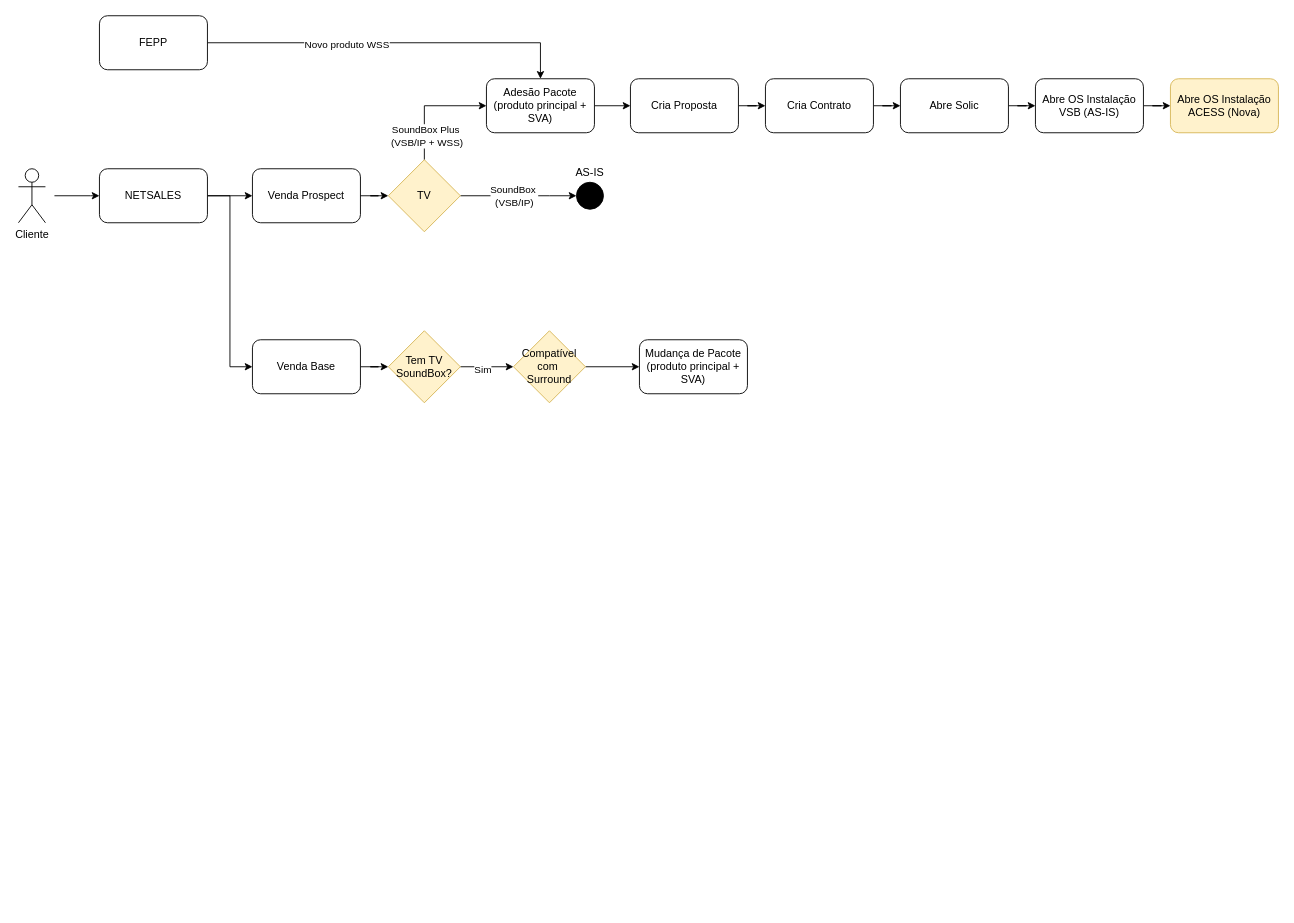
This is page "v3" (3 of 3) of 123096 Cadastro Alto-falante Surround nos sistemas.drawio from samirali/ClaroBrasil, a draw.io file, before an edit. Source tidied: cells renumbered, new cells numbered last; positions are measured from the earlier drawing's top-left corner, leaving out a move shared by most shapes. Both pictures are drawn from the tidied source at 90%, with x=0, y=0 at pixel (18, 15).
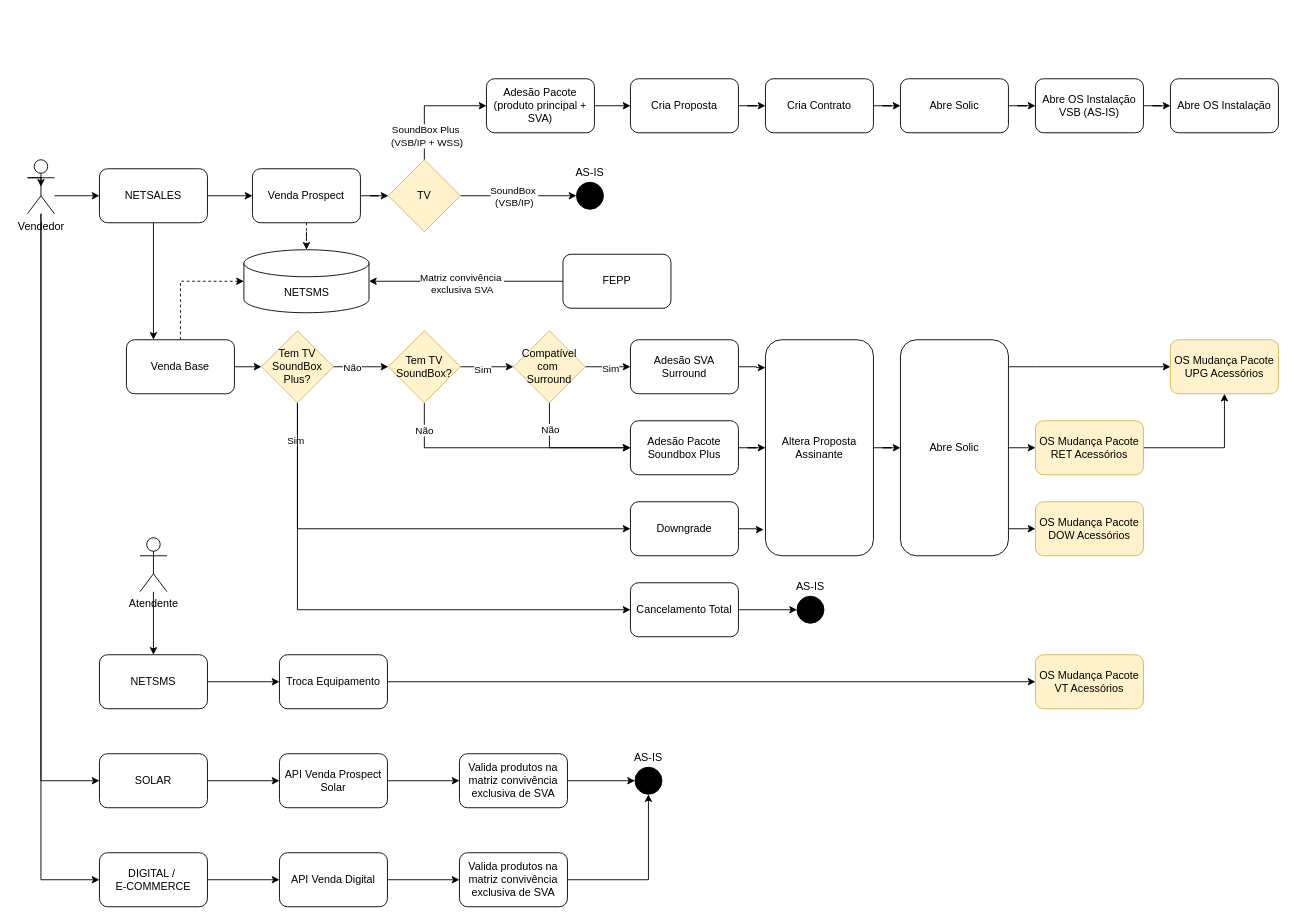
The same diagram, later.

The change refers to these unchanged cells:
```xml
<mxCell id="6" value="NETSALES" style="rounded=1;whiteSpace=wrap;html=1;" parent="1" vertex="1">
  <mxGeometry x="90" y="170" width="120" height="60" as="geometry" />
</mxCell>
<mxCell id="7" value="Venda Prospect" style="rounded=1;whiteSpace=wrap;html=1;" parent="1" vertex="1">
  <mxGeometry x="260" y="170" width="120" height="60" as="geometry" />
</mxCell>
<mxCell id="16" value="Adesão Pacote (produto principal + SVA)" style="rounded=1;whiteSpace=wrap;html=1;" parent="1" vertex="1">
  <mxGeometry x="520" y="70" width="120" height="60" as="geometry" />
</mxCell>
<mxCell id="34" value="Tem TV SoundBox?" style="rhombus;whiteSpace=wrap;html=1;fillColor=#fff2cc;strokeColor=#d6b656;" parent="1" vertex="1">
  <mxGeometry x="411" y="350" width="80" height="80" as="geometry" />
</mxCell>
<mxCell id="35" style="edgeStyle=orthogonalEdgeStyle;rounded=0;jettySize=auto;html=1;entryX=0;entryY=0.5;entryDx=0;entryDy=0;" parent="1" edge="1" source="36" target="37">
  <mxGeometry relative="1" as="geometry" />
</mxCell>
<mxCell id="36" value="Compatível com&amp;nbsp;&lt;div&gt;Surround&lt;/div&gt;" style="rhombus;whiteSpace=wrap;html=1;fillColor=#fff2cc;strokeColor=#d6b656;" parent="1" vertex="1">
  <mxGeometry x="550" y="350" width="80" height="80" as="geometry" />
</mxCell>
```

Diff of the diagram source:
```diff
@@
+    <mxCell id="38" style="edgeStyle=orthogonalEdgeStyle;rounded=0;jettySize=auto;html=1;entryX=0;entryY=0.5;entryDx=0;entryDy=0;" parent="1" edge="1" source="3" target="93">
+      <mxGeometry relative="1" as="geometry">
+        <Array as="points">
+          <mxPoint x="25" y="850" />
+        </Array>
+      </mxGeometry>
+    </mxCell>
+    <mxCell id="39" style="edgeStyle=orthogonalEdgeStyle;rounded=0;jettySize=auto;html=1;entryX=0;entryY=0.5;entryDx=0;entryDy=0;" parent="1" edge="1" source="3" target="95">
+      <mxGeometry relative="1" as="geometry">
+        <Array as="points">
+          <mxPoint x="25" y="960" />
+        </Array>
+      </mxGeometry>
+    </mxCell>
-    <mxCell id="3" value="Cliente" style="shape=umlActor;verticalLabelPosition=bottom;verticalAlign=top;html=1;outlineConnect=0;" parent="1" vertex="1">
-      <mxGeometry y="170" width="30" height="60" as="geometry" />
+    <mxCell id="3" value="Vendedor" style="shape=umlActor;verticalLabelPosition=bottom;verticalAlign=top;html=1;outlineConnect=0;" parent="1" vertex="1">
+      <mxGeometry x="10" y="160" width="30" height="60" as="geometry" />
     </mxCell>
@@
-    <mxCell id="5" style="edgeStyle=orthogonalEdgeStyle;rounded=0;jettySize=auto;html=1;entryX=0;entryY=0.5;entryDx=0;entryDy=0;" parent="1" edge="1" source="6" target="31">
+    <mxCell id="5" style="edgeStyle=orthogonalEdgeStyle;rounded=0;jettySize=auto;html=1;entryX=0.25;entryY=0;entryDx=0;entryDy=0;" parent="1" edge="1" source="6" target="31">
       <mxGeometry relative="1" as="geometry" />
     </mxCell>
@@
+    <mxCell id="40" style="edgeStyle=orthogonalEdgeStyle;rounded=0;jettySize=auto;html=1;dashed=1;" parent="1" edge="1" source="7" target="78">
+      <mxGeometry relative="1" as="geometry" />
+    </mxCell>
@@
-    <mxCell id="26" value="Abre OS Instalação ACESS (Nova)" style="rounded=1;whiteSpace=wrap;html=1;fillColor=#fff2cc;strokeColor=#d6b656;" parent="1" vertex="1">
+    <mxCell id="26" value="Abre OS Instalação" style="rounded=1;whiteSpace=wrap;html=1;" parent="1" vertex="1">
       <mxGeometry x="1280" y="70" width="120" height="60" as="geometry" />
     </mxCell>
-    <mxCell id="27" style="edgeStyle=orthogonalEdgeStyle;rounded=0;jettySize=auto;html=1;" parent="1" edge="1" source="29" target="16">
-      <mxGeometry relative="1" as="geometry" />
-    </mxCell>
-    <mxCell id="28" value="Novo produto WSS" style="edgeLabel;html=1;align=center;verticalAlign=middle;" parent="27" vertex="1">
-      <mxGeometry x="-0.25" y="-1" relative="1" as="geometry" />
-    </mxCell>
     <mxCell id="29" value="FEPP" style="rounded=1;whiteSpace=wrap;html=1;" parent="1" vertex="1">
-      <mxGeometry x="90" width="120" height="60" as="geometry" />
+      <mxGeometry x="605" y="265" width="120" height="60" as="geometry" />
     </mxCell>
-    <mxCell id="30" style="edgeStyle=orthogonalEdgeStyle;rounded=0;jettySize=auto;html=1;entryX=0;entryY=0.5;entryDx=0;entryDy=0;" parent="1" edge="1" source="31" target="34">
-      <mxGeometry relative="1" as="geometry" />
+    <mxCell id="30" style="edgeStyle=orthogonalEdgeStyle;rounded=0;jettySize=auto;html=1;entryX=0;entryY=0.5;entryDx=0;entryDy=0;" parent="1" edge="1" source="31" target="61">
+      <mxGeometry relative="1" as="geometry">
+        <Array as="points">
+          <mxPoint x="260" y="390" />
+        </Array>
+      </mxGeometry>
     </mxCell>
     <mxCell id="31" value="Venda Base" style="rounded=1;whiteSpace=wrap;html=1;" parent="1" vertex="1">
-      <mxGeometry x="260" y="360" width="120" height="60" as="geometry" />
+      <mxGeometry x="120" y="360" width="120" height="60" as="geometry" />
     </mxCell>
@@
+    <mxCell id="41" style="edgeStyle=orthogonalEdgeStyle;rounded=0;jettySize=auto;html=1;entryX=0;entryY=0.5;entryDx=0;entryDy=0;" parent="1" edge="1" source="34" target="55">
+      <mxGeometry relative="1" as="geometry">
+        <Array as="points">
+          <mxPoint x="451" y="480" />
+        </Array>
+      </mxGeometry>
+    </mxCell>
+    <mxCell id="42" value="Não" style="edgeLabel;html=1;align=center;verticalAlign=middle;" parent="41" vertex="1">
+      <mxGeometry x="-0.24" y="-1" relative="1" as="geometry">
+        <mxPoint x="-57" y="-21" as="offset" />
+      </mxGeometry>
+    </mxCell>
@@
+    <mxCell id="43" value="Sim" style="edgeLabel;html=1;align=center;verticalAlign=middle;" parent="35" vertex="1">
+      <mxGeometry x="0.07" y="-1" relative="1" as="geometry" />
+    </mxCell>
+    <mxCell id="44" style="edgeStyle=orthogonalEdgeStyle;rounded=0;jettySize=auto;html=1;entryX=0;entryY=0.5;entryDx=0;entryDy=0;" parent="1" edge="1" source="36" target="55">
+      <mxGeometry relative="1" as="geometry">
+        <Array as="points">
+          <mxPoint x="590" y="480" />
+        </Array>
+      </mxGeometry>
+    </mxCell>
+    <mxCell id="45" value="Não" style="edgeLabel;html=1;align=center;verticalAlign=middle;" parent="44" vertex="1">
+      <mxGeometry x="-0.59" relative="1" as="geometry" />
+    </mxCell>
@@
+    <mxCell id="46" style="edgeStyle=orthogonalEdgeStyle;rounded=0;jettySize=auto;html=1;entryX=0;entryY=0.129;entryDx=0;entryDy=0;entryPerimeter=0;" parent="1" edge="1" source="37" target="48">
+      <mxGeometry relative="1" as="geometry" />
+    </mxCell>
-    <mxCell id="37" value="Mudança de Pacote (produto principal + SVA)" style="rounded=1;whiteSpace=wrap;html=1;" parent="1" vertex="1">
-      <mxGeometry x="690" y="360" width="120" height="60" as="geometry" />
+    <mxCell id="37" value="Adesão SVA Surround" style="rounded=1;whiteSpace=wrap;html=1;" parent="1" vertex="1">
+      <mxGeometry x="680" y="360" width="120" height="60" as="geometry" />
     </mxCell>
+    <mxCell id="47" style="edgeStyle=orthogonalEdgeStyle;rounded=0;jettySize=auto;html=1;" parent="1" edge="1" source="48" target="52">
+      <mxGeometry relative="1" as="geometry" />
+    </mxCell>
+    <mxCell id="48" value="Altera Proposta Assinante" style="whiteSpace=wrap;html=1;rounded=1;" parent="1" vertex="1">
+      <mxGeometry x="830" y="360" width="120" height="240" as="geometry" />
+    </mxCell>
+    <mxCell id="49" style="edgeStyle=orthogonalEdgeStyle;rounded=0;jettySize=auto;html=1;" parent="1" edge="1" source="52" target="53">
+      <mxGeometry relative="1" as="geometry">
+        <Array as="points">
+          <mxPoint x="1130" y="390" />
+          <mxPoint x="1130" y="390" />
+        </Array>
+      </mxGeometry>
+    </mxCell>
+    <mxCell id="50" style="edgeStyle=orthogonalEdgeStyle;rounded=0;jettySize=auto;html=1;entryX=0;entryY=0.5;entryDx=0;entryDy=0;exitX=1;exitY=0.5;exitDx=0;exitDy=0;" parent="1" edge="1" source="52" target="57">
+      <mxGeometry relative="1" as="geometry">
+        <Array as="points">
+          <mxPoint x="1120" y="480" />
+          <mxPoint x="1120" y="480" />
+        </Array>
+      </mxGeometry>
+    </mxCell>
+    <mxCell id="51" style="edgeStyle=orthogonalEdgeStyle;rounded=0;jettySize=auto;html=1;entryX=0;entryY=0.5;entryDx=0;entryDy=0;" parent="1" edge="1" source="52" target="66">
+      <mxGeometry relative="1" as="geometry">
+        <Array as="points">
+          <mxPoint x="1040" y="570" />
+        </Array>
+      </mxGeometry>
+    </mxCell>
+    <mxCell id="52" value="Abre Solic" style="whiteSpace=wrap;html=1;rounded=1;" parent="1" vertex="1">
+      <mxGeometry x="980" y="360" width="120" height="240" as="geometry" />
+    </mxCell>
+    <mxCell id="53" value="OS Mudança Pacote UPG Acessórios" style="whiteSpace=wrap;html=1;rounded=1;fillColor=#fff2cc;strokeColor=#d6b656;" parent="1" vertex="1">
+      <mxGeometry x="1280" y="360" width="120" height="60" as="geometry" />
+    </mxCell>
+    <mxCell id="54" style="edgeStyle=orthogonalEdgeStyle;rounded=0;jettySize=auto;html=1;" parent="1" edge="1" source="55" target="48">
+      <mxGeometry relative="1" as="geometry" />
+    </mxCell>
+    <mxCell id="55" value="Adesão Pacote Soundbox Plus" style="rounded=1;whiteSpace=wrap;html=1;" parent="1" vertex="1">
+      <mxGeometry x="680" y="450" width="120" height="60" as="geometry" />
+    </mxCell>
+    <mxCell id="56" style="edgeStyle=orthogonalEdgeStyle;rounded=0;jettySize=auto;html=1;entryX=0.5;entryY=1;entryDx=0;entryDy=0;" parent="1" edge="1" source="57" target="53">
+      <mxGeometry relative="1" as="geometry" />
+    </mxCell>
+    <mxCell id="57" value="OS Mudança Pacote RET Acessórios" style="whiteSpace=wrap;html=1;rounded=1;fillColor=#fff2cc;strokeColor=#d6b656;" parent="1" vertex="1">
+      <mxGeometry x="1130" y="450" width="120" height="60" as="geometry" />
+    </mxCell>
+    <mxCell id="58" style="edgeStyle=orthogonalEdgeStyle;rounded=0;jettySize=auto;html=1;entryX=0;entryY=0.5;entryDx=0;entryDy=0;" parent="1" edge="1" source="61" target="65">
+      <mxGeometry relative="1" as="geometry">
+        <Array as="points">
+          <mxPoint x="310" y="570" />
+        </Array>
+      </mxGeometry>
+    </mxCell>
+    <mxCell id="59" value="Sim" style="edgeLabel;html=1;align=center;verticalAlign=middle;" parent="58" vertex="1">
+      <mxGeometry x="-0.84" y="-3" relative="1" as="geometry" />
+    </mxCell>
+    <mxCell id="60" style="edgeStyle=orthogonalEdgeStyle;rounded=0;jettySize=auto;html=1;entryX=0;entryY=0.5;entryDx=0;entryDy=0;" parent="1" edge="1" source="61" target="68">
+      <mxGeometry relative="1" as="geometry">
+        <Array as="points">
+          <mxPoint x="310" y="660" />
+        </Array>
+      </mxGeometry>
+    </mxCell>
+    <mxCell id="61" value="Tem TV SoundBox Plus?" style="rhombus;whiteSpace=wrap;html=1;fillColor=#fff2cc;strokeColor=#d6b656;" parent="1" vertex="1">
+      <mxGeometry x="270" y="350" width="80" height="80" as="geometry" />
+    </mxCell>
+    <mxCell id="62" style="edgeStyle=orthogonalEdgeStyle;rounded=0;jettySize=auto;html=1;entryX=0;entryY=0.5;entryDx=0;entryDy=0;" parent="1" edge="1" source="61" target="34">
+      <mxGeometry relative="1" as="geometry" />
+    </mxCell>
+    <mxCell id="63" value="Não" style="edgeLabel;html=1;align=center;verticalAlign=middle;" parent="62" vertex="1">
+      <mxGeometry x="-0.34" relative="1" as="geometry" />
+    </mxCell>
+    <mxCell id="64" style="edgeStyle=orthogonalEdgeStyle;rounded=0;jettySize=auto;html=1;entryX=-0.017;entryY=0.879;entryDx=0;entryDy=0;entryPerimeter=0;" parent="1" edge="1" source="65" target="48">
+      <mxGeometry relative="1" as="geometry" />
+    </mxCell>
+    <mxCell id="65" value="Downgrade" style="rounded=1;whiteSpace=wrap;html=1;" parent="1" vertex="1">
+      <mxGeometry x="680" y="540" width="120" height="60" as="geometry" />
+    </mxCell>
+    <mxCell id="66" value="OS Mudança Pacote DOW Acessórios" style="whiteSpace=wrap;html=1;rounded=1;fillColor=#fff2cc;strokeColor=#d6b656;" parent="1" vertex="1">
+      <mxGeometry x="1130" y="540" width="120" height="60" as="geometry" />
+    </mxCell>
+    <mxCell id="67" style="edgeStyle=orthogonalEdgeStyle;rounded=0;jettySize=auto;html=1;entryX=0;entryY=0.5;entryDx=0;entryDy=0;" parent="1" edge="1" source="68" target="69">
+      <mxGeometry relative="1" as="geometry" />
+    </mxCell>
+    <mxCell id="68" value="Cancelamento Total" style="rounded=1;whiteSpace=wrap;html=1;" parent="1" vertex="1">
+      <mxGeometry x="680" y="630" width="120" height="60" as="geometry" />
+    </mxCell>
+    <mxCell id="69" style="ellipse;whiteSpace=wrap;html=1;rounded=1;fillColor=#000000;" parent="1" vertex="1">
+      <mxGeometry x="865" y="645" width="30" height="30" as="geometry" />
+    </mxCell>
+    <mxCell id="70" value="AS-IS" style="text;html=1;align=center;verticalAlign=middle;whiteSpace=wrap;rounded=0;" parent="1" vertex="1">
+      <mxGeometry x="850" y="620" width="60" height="30" as="geometry" />
+    </mxCell>
+    <mxCell id="71" style="edgeStyle=orthogonalEdgeStyle;rounded=0;jettySize=auto;html=1;" parent="1" edge="1" source="72" target="76">
+      <mxGeometry relative="1" as="geometry" />
+    </mxCell>
+    <mxCell id="72" value="NETSMS" style="rounded=1;whiteSpace=wrap;html=1;" parent="1" vertex="1">
+      <mxGeometry x="90" y="710" width="120" height="60" as="geometry" />
+    </mxCell>
+    <mxCell id="73" style="edgeStyle=orthogonalEdgeStyle;rounded=0;jettySize=auto;html=1;entryX=0.5;entryY=0;entryDx=0;entryDy=0;" parent="1" edge="1" source="74" target="72">
+      <mxGeometry relative="1" as="geometry" />
+    </mxCell>
+    <mxCell id="74" value="Atendente" style="shape=umlActor;verticalLabelPosition=bottom;verticalAlign=top;html=1;outlineConnect=0;" parent="1" vertex="1">
+      <mxGeometry x="135" y="580" width="30" height="60" as="geometry" />
+    </mxCell>
+    <mxCell id="75" style="edgeStyle=orthogonalEdgeStyle;rounded=0;jettySize=auto;html=1;entryX=0;entryY=0.5;entryDx=0;entryDy=0;" parent="1" edge="1" source="76" target="77">
+      <mxGeometry relative="1" as="geometry" />
+    </mxCell>
+    <mxCell id="76" value="Troca Equipamento" style="whiteSpace=wrap;html=1;rounded=1;" parent="1" vertex="1">
+      <mxGeometry x="290" y="710" width="120" height="60" as="geometry" />
+    </mxCell>
+    <mxCell id="77" value="OS Mudança Pacote VT Acessórios" style="whiteSpace=wrap;html=1;rounded=1;fillColor=#fff2cc;strokeColor=#d6b656;" parent="1" vertex="1">
+      <mxGeometry x="1130" y="710" width="120" height="60" as="geometry" />
+    </mxCell>
+    <mxCell id="78" value="NETSMS" style="shape=cylinder3;whiteSpace=wrap;html=1;boundedLbl=1;backgroundOutline=1;size=15;" parent="1" vertex="1">
+      <mxGeometry x="250.5" y="260" width="139" height="70" as="geometry" />
+    </mxCell>
+    <mxCell id="79" style="edgeStyle=orthogonalEdgeStyle;rounded=0;jettySize=auto;html=1;entryX=0;entryY=0.5;entryDx=0;entryDy=0;entryPerimeter=0;exitX=0.5;exitY=0;exitDx=0;exitDy=0;dashed=1;" parent="1" edge="1" source="31" target="78">
+      <mxGeometry relative="1" as="geometry">
+        <Array as="points">
+          <mxPoint x="180" y="295" />
+        </Array>
+      </mxGeometry>
+    </mxCell>
+    <mxCell id="80" style="edgeStyle=orthogonalEdgeStyle;rounded=0;jettySize=auto;html=1;entryX=1;entryY=0.5;entryDx=0;entryDy=0;entryPerimeter=0;" parent="1" edge="1" source="29" target="78">
+      <mxGeometry relative="1" as="geometry" />
+    </mxCell>
+    <mxCell id="81" value="Matriz convivência&amp;nbsp;&lt;div&gt;exclusiva SVA&lt;/div&gt;" style="edgeLabel;html=1;align=center;verticalAlign=middle;" parent="80" vertex="1">
+      <mxGeometry x="0.05" y="2" relative="1" as="geometry" />
+    </mxCell>
+    <mxCell id="82" style="edgeStyle=orthogonalEdgeStyle;rounded=0;jettySize=auto;html=1;" parent="1" edge="1" source="83" target="85">
+      <mxGeometry relative="1" as="geometry" />
+    </mxCell>
+    <mxCell id="83" value="API Venda Prospect Solar" style="rounded=1;whiteSpace=wrap;html=1;" parent="1" vertex="1">
+      <mxGeometry x="290" y="820" width="120" height="60" as="geometry" />
+    </mxCell>
+    <mxCell id="84" style="edgeStyle=orthogonalEdgeStyle;rounded=0;jettySize=auto;html=1;entryX=0;entryY=0.5;entryDx=0;entryDy=0;" parent="1" edge="1" source="85" target="86">
+      <mxGeometry relative="1" as="geometry" />
+    </mxCell>
+    <mxCell id="85" value="Valida produtos na matriz convivência exclusiva de SVA" style="whiteSpace=wrap;html=1;rounded=1;" parent="1" vertex="1">
+      <mxGeometry x="490" y="820" width="120" height="60" as="geometry" />
+    </mxCell>
+    <mxCell id="86" style="ellipse;whiteSpace=wrap;html=1;rounded=1;fillColor=#000000;" parent="1" vertex="1">
+      <mxGeometry x="685" y="835" width="30" height="30" as="geometry" />
+    </mxCell>
+    <mxCell id="87" value="AS-IS" style="text;html=1;align=center;verticalAlign=middle;whiteSpace=wrap;rounded=0;" parent="1" vertex="1">
+      <mxGeometry x="670" y="810" width="60" height="30" as="geometry" />
+    </mxCell>
+    <mxCell id="88" style="edgeStyle=orthogonalEdgeStyle;rounded=0;jettySize=auto;html=1;" parent="1" edge="1" source="89" target="91">
+      <mxGeometry relative="1" as="geometry" />
+    </mxCell>
+    <mxCell id="89" value="API Venda Digital" style="rounded=1;whiteSpace=wrap;html=1;" parent="1" vertex="1">
+      <mxGeometry x="290" y="930" width="120" height="60" as="geometry" />
+    </mxCell>
+    <mxCell id="90" style="edgeStyle=orthogonalEdgeStyle;rounded=0;jettySize=auto;html=1;entryX=0.5;entryY=1;entryDx=0;entryDy=0;" parent="1" edge="1" source="91" target="86">
+      <mxGeometry relative="1" as="geometry" />
+    </mxCell>
+    <mxCell id="91" value="Valida produtos na matriz convivência exclusiva de SVA" style="whiteSpace=wrap;html=1;rounded=1;" parent="1" vertex="1">
+      <mxGeometry x="490" y="930" width="120" height="60" as="geometry" />
+    </mxCell>
+    <mxCell id="92" style="edgeStyle=orthogonalEdgeStyle;rounded=0;jettySize=auto;html=1;entryX=0;entryY=0.5;entryDx=0;entryDy=0;" parent="1" edge="1" source="93" target="83">
+      <mxGeometry relative="1" as="geometry" />
+    </mxCell>
+    <mxCell id="93" value="SOLAR" style="rounded=1;whiteSpace=wrap;html=1;" parent="1" vertex="1">
+      <mxGeometry x="90" y="820" width="120" height="60" as="geometry" />
+    </mxCell>
+    <mxCell id="94" style="edgeStyle=orthogonalEdgeStyle;rounded=0;jettySize=auto;html=1;" parent="1" edge="1" source="95" target="89">
+      <mxGeometry relative="1" as="geometry" />
+    </mxCell>
+    <mxCell id="95" value="DIGITAL /&amp;nbsp;&lt;div&gt;E-COMMERCE&lt;/div&gt;" style="rounded=1;whiteSpace=wrap;html=1;" parent="1" vertex="1">
+      <mxGeometry x="90" y="930" width="120" height="60" as="geometry" />
+    </mxCell>
+    <mxCell id="96" style="edgeStyle=orthogonalEdgeStyle;rounded=0;orthogonalLoop=1;jettySize=auto;html=1;exitX=0;exitY=0.3333333333333333;exitDx=0;exitDy=0;exitPerimeter=0;entryX=0.5;entryY=0.5;entryDx=0;entryDy=0;entryPerimeter=0;" parent="1" edge="1" source="3" target="3">
+      <mxGeometry relative="1" as="geometry" />
+    </mxCell>
```
